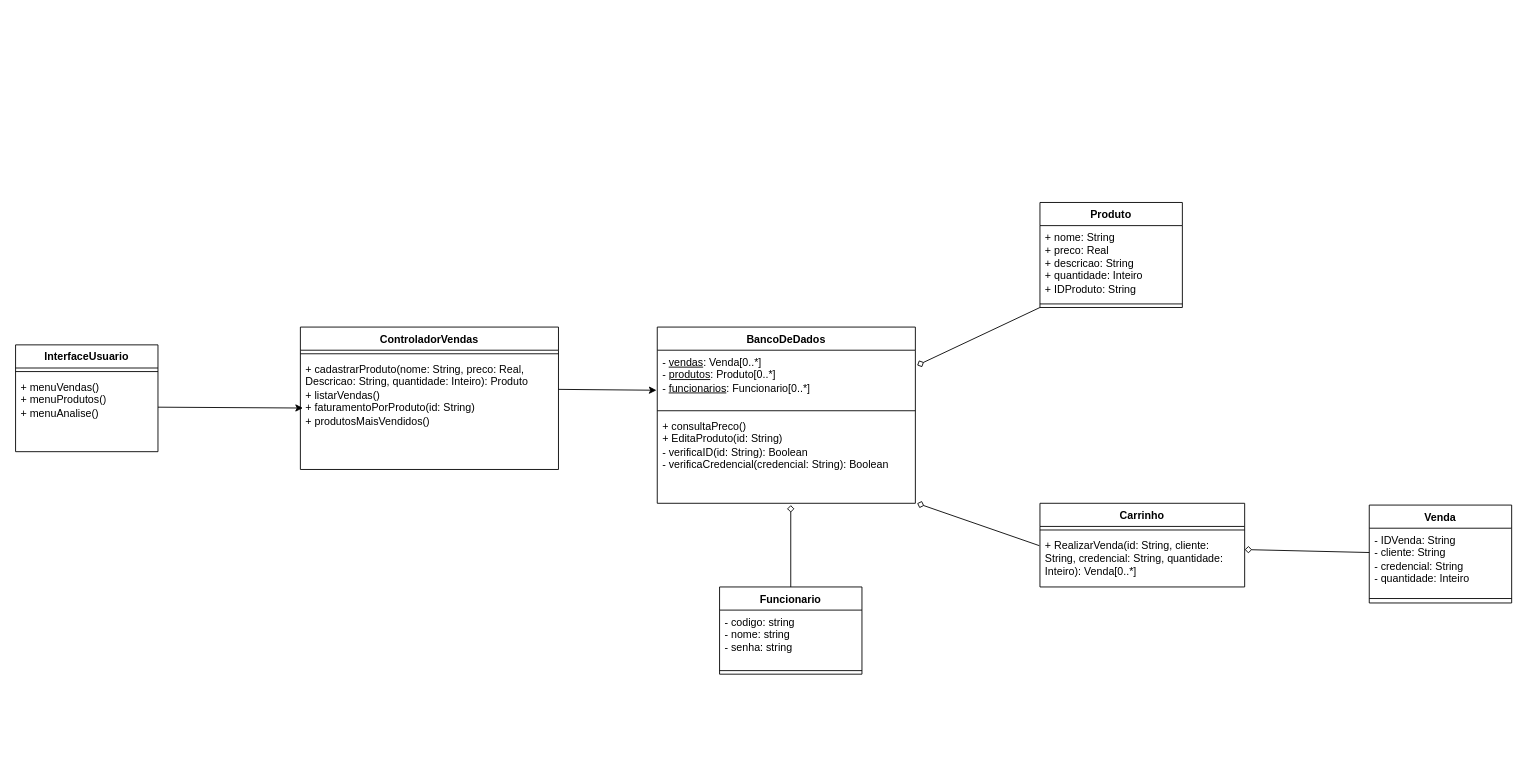
Before: page "Página-2" (2 of 2) of Diagrama de Classe/diagrama de classes.drawio in AndreyRodr/Software-engineering-project, a draw.io diagram. Source tidied: cells renumbered, new cells numbered last; positions are measured from the earlier drawing's top-left corner, leaving out a move shared by most shapes. Both pictures are drawn from the tidied source at 89%, with x=0, y=0 at pixel (15, 202).
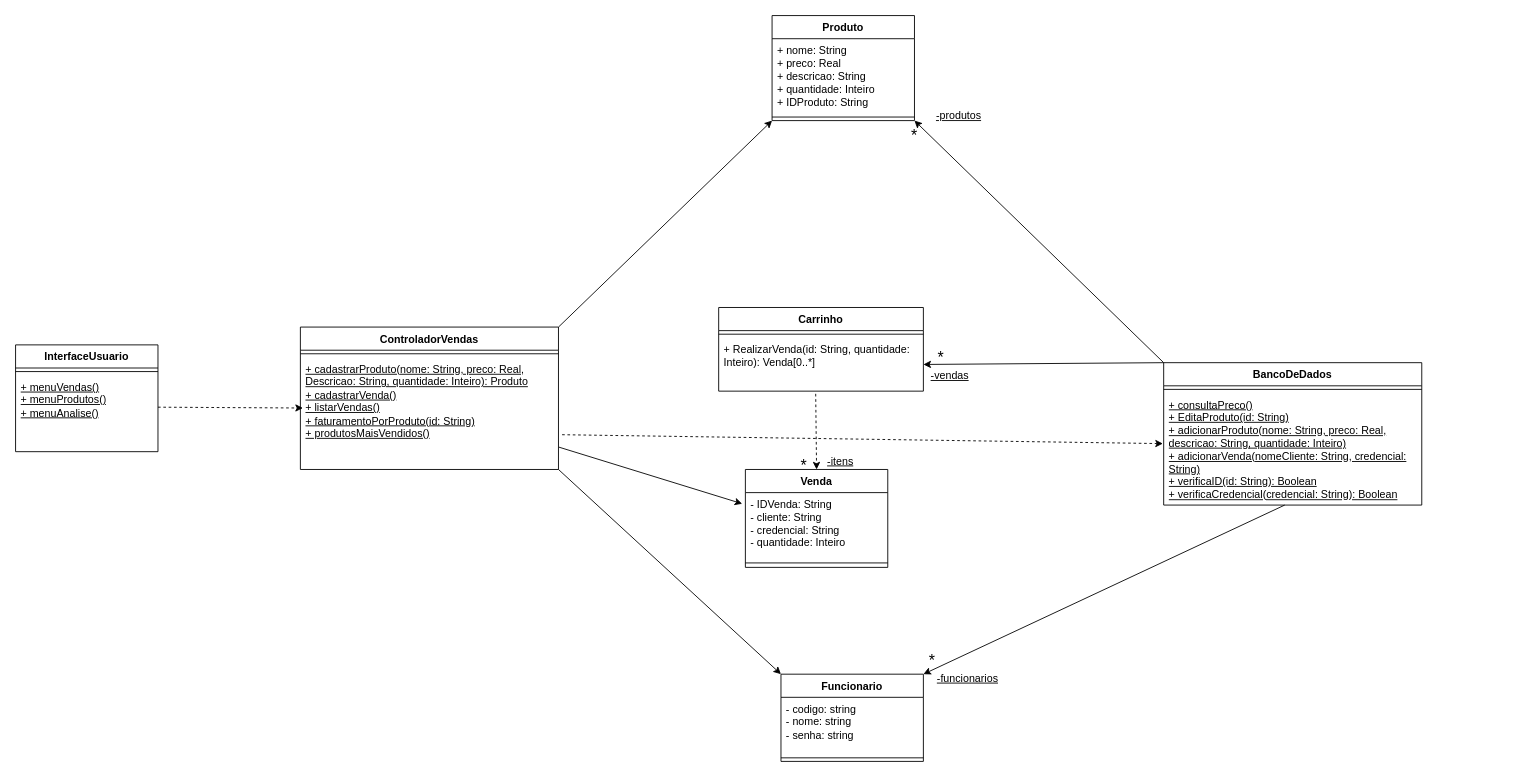
After the change.

The change refers to these unchanged cells:
```xml
<mxCell id="2" value="InterfaceUsuario" style="swimlane;fontStyle=1;align=center;verticalAlign=top;horizontal=1;startSize=26;whiteSpace=wrap;html=1;" parent="1" vertex="1">
  <mxGeometry y="160" width="160" height="120" as="geometry" />
</mxCell>
<mxCell id="5" value="ControladorVendas" style="swimlane;fontStyle=1;align=center;verticalAlign=top;horizontal=1;startSize=26;whiteSpace=wrap;html=1;" parent="1" vertex="1">
  <mxGeometry x="320" y="140" width="290" height="160" as="geometry" />
</mxCell>
<mxCell id="23" value="- IDVenda: String&lt;div&gt;- cliente: String&lt;/div&gt;&lt;div&gt;- credencial: String&lt;/div&gt;&lt;div&gt;- quantidade: Inteiro&lt;/div&gt;" style="text;strokeColor=none;fillColor=none;align=left;verticalAlign=top;spacingLeft=4;spacingRight=4;overflow=hidden;points=[[0,0.5],[1,0.5]];portConstraint=eastwest;whiteSpace=wrap;html=1;" parent="22" vertex="1">
  <mxGeometry y="26" width="160" height="74" as="geometry" />
</mxCell>
```

The edit, as a diff of the source:
```diff
@@
-    <mxCell id="4" value="&lt;div&gt;+ menuVendas()&lt;/div&gt;&lt;div&gt;+ menuProdutos()&lt;/div&gt;&lt;div&gt;+ menuAnalise()&lt;/div&gt;" style="text;strokeColor=none;fillColor=none;align=left;verticalAlign=top;spacingLeft=4;spacingRight=4;overflow=hidden;whiteSpace=wrap;html=1;" parent="2" vertex="1">
+    <mxCell id="4" value="&lt;div&gt;&lt;u&gt;+ menuVendas()&lt;/u&gt;&lt;/div&gt;&lt;div&gt;&lt;u&gt;+ menuProdutos()&lt;/u&gt;&lt;/div&gt;&lt;div&gt;&lt;u&gt;+ menuAnalise()&lt;/u&gt;&lt;/div&gt;" style="text;strokeColor=none;fillColor=none;align=left;verticalAlign=top;spacingLeft=4;spacingRight=4;overflow=hidden;whiteSpace=wrap;html=1;" parent="2" vertex="1">
       <mxGeometry y="34" width="160" height="86" as="geometry" />
     </mxCell>
@@
-    <mxCell id="7" value="+ cadastrarProduto(nome: String, preco: Real, Descricao: String, quantidade: Inteiro): Produto&lt;div&gt;&lt;span style=&quot;background-color: initial;&quot;&gt;+ listarVendas()&lt;/span&gt;&lt;br&gt;&lt;/div&gt;&lt;div&gt;&lt;span style=&quot;background-color: initial;&quot;&gt;+ faturamentoPorProduto(id: String)&lt;/span&gt;&lt;/div&gt;&lt;div&gt;&lt;span style=&quot;background-color: initial;&quot;&gt;+ produtosMaisVendidos()&lt;/span&gt;&lt;/div&gt;" style="text;strokeColor=none;fillColor=none;align=left;verticalAlign=top;spacingLeft=4;spacingRight=4;overflow=hidden;points=[[0,0.5],[1,0.5]];portConstraint=eastwest;whiteSpace=wrap;html=1;" parent="5" vertex="1">
+    <mxCell id="7" value="&lt;u&gt;+ cadastrarProduto(nome: String, preco: Real, Descricao: String, quantidade: Inteiro): Produto&lt;/u&gt;&lt;div&gt;&lt;div&gt;&lt;span style=&quot;background-color: initial;&quot;&gt;&lt;u&gt;+ cadastrarVenda()&lt;/u&gt;&lt;/span&gt;&lt;/div&gt;&lt;div&gt;&lt;u&gt;&lt;span style=&quot;background-color: initial;&quot;&gt;+ listarVendas()&lt;/span&gt;&lt;br&gt;&lt;/u&gt;&lt;/div&gt;&lt;div&gt;&lt;span style=&quot;background-color: initial;&quot;&gt;&lt;u&gt;+ faturamentoPorProduto(id: String)&lt;/u&gt;&lt;/span&gt;&lt;/div&gt;&lt;div&gt;&lt;span style=&quot;background-color: initial;&quot;&gt;&lt;u&gt;+ produtosMaisVendidos()&lt;/u&gt;&lt;/span&gt;&lt;/div&gt;&lt;/div&gt;" style="text;strokeColor=none;fillColor=none;align=left;verticalAlign=top;spacingLeft=4;spacingRight=4;overflow=hidden;points=[[0,0.5],[1,0.5]];portConstraint=eastwest;whiteSpace=wrap;html=1;" parent="5" vertex="1">
       <mxGeometry y="34" width="290" height="126" as="geometry" />
     </mxCell>
     <mxCell id="8" value="Produto" style="swimlane;fontStyle=1;align=center;verticalAlign=top;horizontal=1;startSize=26;whiteSpace=wrap;html=1;" parent="1" vertex="1">
-      <mxGeometry x="1151" width="160" height="118" as="geometry" />
+      <mxGeometry x="850" y="-210" width="160" height="118" as="geometry" />
     </mxCell>
@@
     <mxCell id="11" value="BancoDeDados" style="swimlane;fontStyle=1;align=center;verticalAlign=top;horizontal=1;startSize=26;whiteSpace=wrap;html=1;" parent="1" vertex="1">
-      <mxGeometry x="721" y="140" width="290" height="198" as="geometry" />
+      <mxGeometry x="1290" y="180" width="290" height="160" as="geometry" />
     </mxCell>
-    <mxCell id="12" value="- &lt;u&gt;vendas&lt;/u&gt;: Venda[0..*]&lt;div&gt;- &lt;u&gt;produtos&lt;/u&gt;: Produto[0..*]&lt;/div&gt;&lt;div&gt;- &lt;u&gt;funcionarios&lt;/u&gt;: Funcionario[0..*]&lt;/div&gt;" style="text;strokeColor=none;fillColor=none;align=left;verticalAlign=top;spacingLeft=4;spacingRight=4;overflow=hidden;points=[[0,0.5],[1,0.5]];portConstraint=eastwest;whiteSpace=wrap;html=1;" parent="11" vertex="1">
-      <mxGeometry y="26" width="290" height="64" as="geometry" />
-    </mxCell>
     <mxCell id="13" style="line;strokeWidth=1;fillColor=none;align=left;verticalAlign=middle;spacingTop=-1;spacingLeft=3;spacingRight=3;labelPosition=right;strokeColor=inherit;" parent="11" vertex="1">
-      <mxGeometry y="90" width="290" height="8" as="geometry" />
+      <mxGeometry y="26" width="290" height="8" as="geometry" />
     </mxCell>
-    <mxCell id="14" value="+ consultaPreco()&lt;div&gt;+ EditaProduto(id: String)&lt;/div&gt;&lt;div&gt;- verificaID(id: String): Boolean&lt;/div&gt;&lt;div&gt;- verificaCredencial(credencial: String): Boolean&lt;/div&gt;" style="text;strokeColor=none;fillColor=none;align=left;verticalAlign=top;spacingLeft=4;spacingRight=4;overflow=hidden;points=[[0,0.5],[1,0.5]];portConstraint=eastwest;whiteSpace=wrap;html=1;" parent="11" vertex="1">
-      <mxGeometry y="98" width="290" height="100" as="geometry" />
+    <mxCell id="14" value="&lt;u&gt;+ consultaPreco()&lt;/u&gt;&lt;div&gt;&lt;u&gt;+ EditaProduto(id: String)&lt;/u&gt;&lt;/div&gt;&lt;div&gt;&lt;u&gt;+ adicionarProduto(nome: String, preco: Real, descricao: String, quantidade: Inteiro)&lt;/u&gt;&lt;/div&gt;&lt;div&gt;&lt;u&gt;+ adicionarVenda(nomeCliente: String, credencial: String)&lt;/u&gt;&lt;/div&gt;&lt;div&gt;&lt;u&gt;+ verificaID(id: String): Boolean&lt;/u&gt;&lt;/div&gt;&lt;div&gt;&lt;u&gt;+ verificaCredencial(credencial: String): Boolean&lt;/u&gt;&lt;/div&gt;" style="text;strokeColor=none;fillColor=none;align=left;verticalAlign=top;spacingLeft=4;spacingRight=4;overflow=hidden;points=[[0,0.5],[1,0.5]];portConstraint=eastwest;whiteSpace=wrap;html=1;" parent="11" vertex="1">
+      <mxGeometry y="34" width="290" height="126" as="geometry" />
     </mxCell>
-    <mxCell id="15" style="endArrow=classic;html=1;rounded=0;entryX=0.01;entryY=0.452;entryDx=0;entryDy=0;entryPerimeter=0;" parent="1" edge="1" target="7">
+    <mxCell id="15" style="endArrow=classic;html=1;rounded=0;entryX=0.01;entryY=0.452;entryDx=0;entryDy=0;entryPerimeter=0;dashed=1;" parent="1" edge="1" target="7">
       <mxGeometry relative="1" as="geometry">
         <mxPoint x="160" y="230" as="sourcePoint" />
       </mxGeometry>
     </mxCell>
-    <mxCell id="16" style="endArrow=classic;html=1;rounded=0;entryX=-0.003;entryY=0.703;entryDx=0;entryDy=0;entryPerimeter=0;" parent="1" edge="1" target="12">
-      <mxGeometry relative="1" as="geometry">
-        <mxPoint x="610" y="210" as="sourcePoint" />
-      </mxGeometry>
-    </mxCell>
-    <mxCell id="17" style="endArrow=none;html=1;rounded=0;entryX=0;entryY=1;entryDx=0;entryDy=0;exitX=1.007;exitY=0.266;exitDx=0;exitDy=0;exitPerimeter=0;startArrow=diamond;startFill=0;" parent="1" edge="1" source="12" target="8">
-      <mxGeometry relative="1" as="geometry" />
-    </mxCell>
     <mxCell id="18" value="Carrinho" style="swimlane;fontStyle=1;align=center;verticalAlign=top;horizontal=1;startSize=26;whiteSpace=wrap;html=1;" parent="1" vertex="1">
-      <mxGeometry x="1151" y="338" width="230" height="94" as="geometry" />
+      <mxGeometry x="790" y="118" width="230" height="94" as="geometry" />
     </mxCell>
@@
-    <mxCell id="20" value="&lt;div&gt;+ RealizarVenda(id: String, cliente: String, credencial: String, quantidade: Inteiro&lt;span style=&quot;background-color: initial;&quot;&gt;):&amp;nbsp;&lt;/span&gt;&lt;span style=&quot;background-color: initial;&quot;&gt;Venda[0..*]&lt;/span&gt;&lt;/div&gt;&lt;div&gt;&lt;span style=&quot;background-color: initial;&quot;&gt;&lt;br&gt;&lt;/span&gt;&lt;/div&gt;" style="text;strokeColor=none;fillColor=none;align=left;verticalAlign=top;spacingLeft=4;spacingRight=4;overflow=hidden;points=[[0,0.5],[1,0.5]];portConstraint=eastwest;whiteSpace=wrap;html=1;" parent="18" vertex="1">
+    <mxCell id="20" value="&lt;div&gt;+ RealizarVenda(id: String, quantidade: Inteiro&lt;span style=&quot;background-color: initial;&quot;&gt;):&amp;nbsp;&lt;/span&gt;&lt;span style=&quot;background-color: initial;&quot;&gt;Venda[0..*]&lt;/span&gt;&lt;/div&gt;&lt;div&gt;&lt;span style=&quot;background-color: initial;&quot;&gt;&lt;br&gt;&lt;/span&gt;&lt;/div&gt;" style="text;strokeColor=none;fillColor=none;align=left;verticalAlign=top;spacingLeft=4;spacingRight=4;overflow=hidden;points=[[0,0.5],[1,0.5]];portConstraint=eastwest;whiteSpace=wrap;html=1;" parent="18" vertex="1">
       <mxGeometry y="34" width="230" height="60" as="geometry" />
     </mxCell>
-    <mxCell id="21" style="endArrow=none;html=1;rounded=0;entryX=-0.003;entryY=0.227;entryDx=0;entryDy=0;exitX=1.007;exitY=0.266;exitDx=0;exitDy=0;exitPerimeter=0;startArrow=diamond;startFill=0;entryPerimeter=0;" parent="1" edge="1" target="20">
-      <mxGeometry relative="1" as="geometry">
-        <mxPoint x="1013" y="338" as="sourcePoint" />
-      </mxGeometry>
-    </mxCell>
     <mxCell id="22" value="Venda" style="swimlane;fontStyle=1;align=center;verticalAlign=top;horizontal=1;startSize=26;whiteSpace=wrap;html=1;" parent="1" vertex="1">
-      <mxGeometry x="1521" y="340" width="160" height="110" as="geometry" />
+      <mxGeometry x="820" y="300" width="160" height="110" as="geometry" />
     </mxCell>
@@
-    <mxCell id="25" style="endArrow=none;html=1;rounded=0;entryX=0;entryY=0.369;entryDx=0;entryDy=0;exitX=1;exitY=1.133;exitDx=0;exitDy=0;exitPerimeter=0;startArrow=diamond;startFill=0;entryPerimeter=0;" parent="1" edge="1" target="23">
-      <mxGeometry relative="1" as="geometry">
-        <mxPoint x="1381" y="390" as="sourcePoint" />
-      </mxGeometry>
-    </mxCell>
     <mxCell id="26" value="Funcionario" style="swimlane;fontStyle=1;align=center;verticalAlign=top;horizontal=1;startSize=26;whiteSpace=wrap;html=1;" parent="1" vertex="1">
-      <mxGeometry x="791" y="432" width="160" height="98" as="geometry" />
+      <mxGeometry x="860" y="530" width="160" height="98" as="geometry" />
     </mxCell>
@@
-    <mxCell id="29" style="endArrow=none;html=1;rounded=0;entryX=0.5;entryY=0;entryDx=0;entryDy=0;startArrow=diamond;startFill=0;" parent="1" edge="1" target="26">
-      <mxGeometry relative="1" as="geometry">
-        <mxPoint x="871" y="340" as="sourcePoint" />
-      </mxGeometry>
-    </mxCell>
+    <mxCell id="30" style="endArrow=none;html=1;rounded=0;entryX=0.469;entryY=1;entryDx=0;entryDy=0;entryPerimeter=0;exitX=1;exitY=0;exitDx=0;exitDy=0;startArrow=classic;startFill=1;" parent="1" edge="1" source="26" target="14">
+      <mxGeometry relative="1" as="geometry" />
+    </mxCell>
+    <mxCell id="31" style="endArrow=none;html=1;rounded=0;exitX=1;exitY=0.5;exitDx=0;exitDy=0;startArrow=classic;startFill=1;entryX=0;entryY=0;entryDx=0;entryDy=0;" parent="1" edge="1" source="20" target="11">
+      <mxGeometry relative="1" as="geometry" />
+    </mxCell>
+    <mxCell id="32" style="endArrow=classic;html=1;rounded=0;exitX=0;exitY=0;exitDx=0;exitDy=0;entryX=1;entryY=1;entryDx=0;entryDy=0;startArrow=none;startFill=0;endFill=1;" parent="1" edge="1" source="11" target="8">
+      <mxGeometry relative="1" as="geometry" />
+    </mxCell>
+    <mxCell id="33" style="endArrow=classic;dashed=1;html=1;rounded=0;exitX=1.014;exitY=0.69;exitDx=0;exitDy=0;exitPerimeter=0;entryX=-0.003;entryY=0.452;entryDx=0;entryDy=0;entryPerimeter=0;endFill=1;" parent="1" edge="1" source="7" target="14">
+      <mxGeometry relative="1" as="geometry" />
+    </mxCell>
+    <mxCell id="34" value="&lt;font style=&quot;font-size: 18px;&quot;&gt;*&lt;/font&gt;" style="text;html=1;align=center;verticalAlign=middle;whiteSpace=wrap;rounded=0;" parent="1" vertex="1">
+      <mxGeometry x="1020" y="510" width="20" height="10" as="geometry" />
+    </mxCell>
+    <mxCell id="35" value="&lt;font style=&quot;font-size: 12px;&quot;&gt;&lt;u style=&quot;&quot;&gt;-funcionarios&lt;/u&gt;&lt;/font&gt;" style="text;html=1;align=center;verticalAlign=middle;whiteSpace=wrap;rounded=0;" parent="1" vertex="1">
+      <mxGeometry x="980" y="530" width="180" height="10" as="geometry" />
+    </mxCell>
+    <mxCell id="36" value="&lt;font style=&quot;font-size: 12px;&quot;&gt;&lt;u style=&quot;&quot;&gt;-vendas&lt;/u&gt;&lt;/font&gt;" style="text;html=1;align=center;verticalAlign=middle;whiteSpace=wrap;rounded=0;" parent="1" vertex="1">
+      <mxGeometry x="960" y="190" width="180" height="10" as="geometry" />
+    </mxCell>
+    <mxCell id="37" value="&lt;font style=&quot;font-size: 18px;&quot;&gt;*&lt;/font&gt;" style="text;html=1;align=center;verticalAlign=middle;whiteSpace=wrap;rounded=0;" parent="1" vertex="1">
+      <mxGeometry x="1030" y="170" width="20" height="10" as="geometry" />
+    </mxCell>
+    <mxCell id="38" value="&lt;font style=&quot;font-size: 12px;&quot;&gt;&lt;u style=&quot;&quot;&gt;-produtos&lt;/u&gt;&lt;/font&gt;" style="text;html=1;align=center;verticalAlign=middle;whiteSpace=wrap;rounded=0;" parent="1" vertex="1">
+      <mxGeometry x="970" y="-102" width="180" height="10" as="geometry" />
+    </mxCell>
+    <mxCell id="39" value="&lt;font style=&quot;font-size: 18px;&quot;&gt;*&lt;/font&gt;" style="text;html=1;align=center;verticalAlign=middle;whiteSpace=wrap;rounded=0;" parent="1" vertex="1">
+      <mxGeometry x="1000" y="-80" width="20" height="10" as="geometry" />
+    </mxCell>
+    <mxCell id="40" style="endArrow=classic;dashed=1;html=1;rounded=0;exitX=0.474;exitY=1.05;exitDx=0;exitDy=0;exitPerimeter=0;entryX=0.5;entryY=0;entryDx=0;entryDy=0;endFill=1;" parent="1" edge="1" source="20" target="22">
+      <mxGeometry relative="1" as="geometry" />
+    </mxCell>
+    <mxCell id="41" value="&lt;font style=&quot;font-size: 18px;&quot;&gt;*&lt;/font&gt;" style="text;html=1;align=center;verticalAlign=middle;whiteSpace=wrap;rounded=0;" parent="1" vertex="1">
+      <mxGeometry x="876" y="291" width="20" height="10" as="geometry" />
+    </mxCell>
+    <mxCell id="42" value="&lt;font style=&quot;font-size: 12px;&quot;&gt;&lt;u style=&quot;&quot;&gt;-itens&lt;/u&gt;&lt;/font&gt;" style="text;html=1;align=center;verticalAlign=middle;whiteSpace=wrap;rounded=0;" parent="1" vertex="1">
+      <mxGeometry x="904" y="286" width="46" height="10" as="geometry" />
+    </mxCell>
+    <mxCell id="43" style="endArrow=classic;html=1;rounded=0;exitX=0;exitY=0;exitDx=0;exitDy=0;entryX=0;entryY=1;entryDx=0;entryDy=0;startArrow=none;startFill=0;endFill=1;" parent="1" edge="1" target="8">
+      <mxGeometry relative="1" as="geometry">
+        <mxPoint x="610" y="140" as="sourcePoint" />
+      </mxGeometry>
+    </mxCell>
+    <mxCell id="44" style="endArrow=classic;html=1;rounded=0;exitX=1.002;exitY=0.801;exitDx=0;exitDy=0;entryX=-0.022;entryY=0.169;entryDx=0;entryDy=0;startArrow=none;startFill=0;endFill=1;exitPerimeter=0;entryPerimeter=0;" parent="1" edge="1" source="7" target="23">
+      <mxGeometry relative="1" as="geometry" />
+    </mxCell>
+    <mxCell id="45" style="endArrow=classic;html=1;rounded=0;exitX=1.002;exitY=0.801;exitDx=0;exitDy=0;entryX=0;entryY=0;entryDx=0;entryDy=0;startArrow=none;startFill=0;endFill=1;exitPerimeter=0;" parent="1" edge="1" target="26">
+      <mxGeometry relative="1" as="geometry">
+        <mxPoint x="610" y="300" as="sourcePoint" />
+      </mxGeometry>
+    </mxCell>
```
